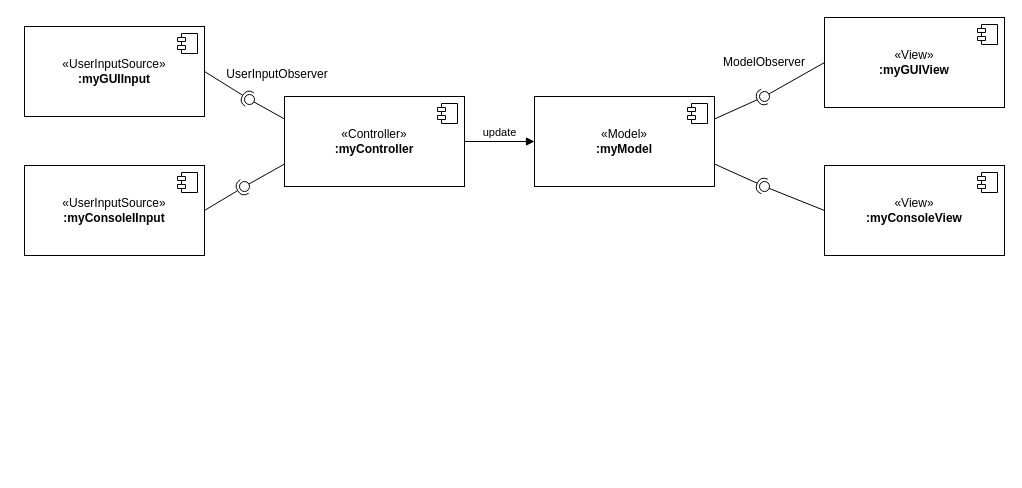
Before: doc/C&C diagram.drawio in sap-2025-2026/lab-activity-01-solutions, a draw.io diagram. Source tidied: cells renumbered, new cells numbered last; positions are measured from the earlier drawing's top-left corner, leaving out a move shared by most shapes. Both pictures are drawn from the tidied source at 100%, with x=0, y=0 at pixel (24, 17).
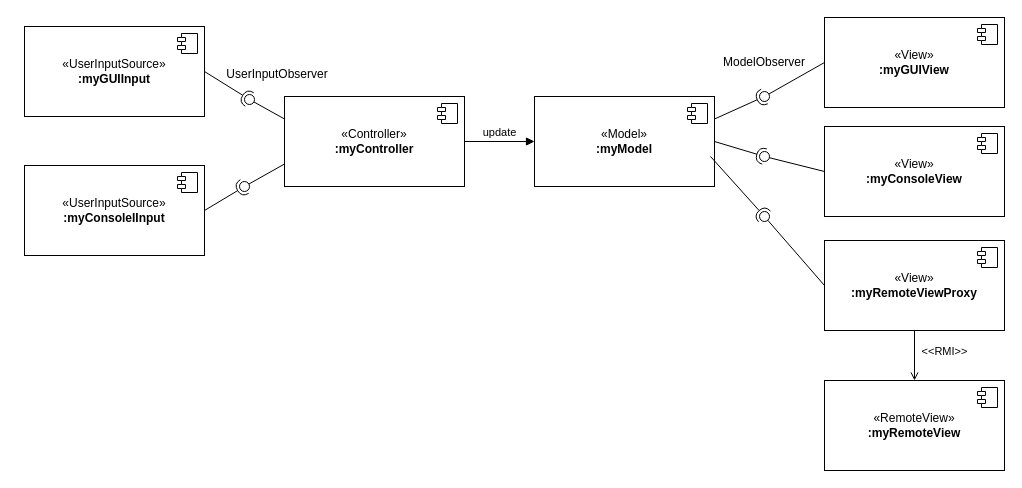
After the change.

Unchanged cells that the change refers to:
```xml
<mxCell id="4" value="«Model»&lt;br&gt;&lt;b&gt;:myModel&lt;/b&gt;" style="html=1;whiteSpace=wrap;" parent="1" vertex="1">
  <mxGeometry x="510" y="79" width="180" height="90" as="geometry" />
</mxCell>
```

Change to the diagram source:
```diff
@@
     <mxCell id="6" value="«View»&lt;br&gt;&lt;b&gt;:myConsoleView&lt;/b&gt;" style="html=1;whiteSpace=wrap;" parent="1" vertex="1">
-      <mxGeometry x="800" y="148" width="180" height="90" as="geometry" />
+      <mxGeometry x="800" y="109" width="180" height="90" as="geometry" />
     </mxCell>
@@
-    <mxCell id="18" style="rounded=0;jettySize=auto;html=1;endArrow=halfCircle;endFill=0;endSize=6;strokeWidth=1;sketch=0;exitX=1;exitY=0.75;exitDx=0;exitDy=0;" parent="1" edge="1" source="4">
+    <mxCell id="18" style="rounded=0;jettySize=auto;html=1;endArrow=halfCircle;endFill=0;endSize=6;strokeWidth=1;sketch=0;exitX=1;exitY=0.5;exitDx=0;exitDy=0;" parent="1" edge="1" source="4">
       <mxGeometry relative="1" as="geometry">
-        <mxPoint x="740" y="169" as="targetPoint" />
+        <mxPoint x="740" y="139" as="targetPoint" />
       </mxGeometry>
     </mxCell>
     <mxCell id="19" style="rounded=0;jettySize=auto;html=1;endArrow=oval;endFill=0;sketch=0;sourcePerimeterSpacing=0;targetPerimeterSpacing=0;endSize=10;exitX=0;exitY=0.5;exitDx=0;exitDy=0;" parent="1" edge="1" source="6">
       <mxGeometry relative="1" as="geometry">
-        <mxPoint x="740" y="169" as="targetPoint" />
+        <mxPoint x="740" y="139" as="targetPoint" />
       </mxGeometry>
     </mxCell>
@@
+    <mxCell id="28" value="«View»&lt;br&gt;&lt;b&gt;:myRemoteViewProxy&lt;/b&gt;" style="html=1;whiteSpace=wrap;" parent="1" vertex="1">
+      <mxGeometry x="800" y="223" width="180" height="90" as="geometry" />
+    </mxCell>
+    <mxCell id="29" style="shape=module;jettyWidth=8;jettyHeight=4;" parent="28" vertex="1">
+      <mxGeometry x="1" width="20" height="20" relative="1" as="geometry">
+        <mxPoint x="-27" y="7" as="offset" />
+      </mxGeometry>
+    </mxCell>
+    <mxCell id="30" value="«RemoteView»&lt;br&gt;&lt;b&gt;:myRemoteView&lt;/b&gt;" style="html=1;whiteSpace=wrap;" parent="1" vertex="1">
+      <mxGeometry x="800" y="363" width="180" height="90" as="geometry" />
+    </mxCell>
+    <mxCell id="31" style="shape=module;jettyWidth=8;jettyHeight=4;" parent="30" vertex="1">
+      <mxGeometry x="1" width="20" height="20" relative="1" as="geometry">
+        <mxPoint x="-27" y="7" as="offset" />
+      </mxGeometry>
+    </mxCell>
+    <mxCell id="32" value="&amp;lt;&amp;lt;RMI&amp;gt;&amp;gt;" style="html=1;verticalAlign=bottom;endArrow=open;curved=0;rounded=0;exitX=0.5;exitY=1;exitDx=0;exitDy=0;entryX=0.5;entryY=0;entryDx=0;entryDy=0;endFill=0;" parent="1" edge="1" source="28" target="30">
+      <mxGeometry x="0.2" y="30" relative="1" as="geometry" />
+    </mxCell>
+    <mxCell id="33" style="rounded=0;jettySize=auto;html=1;endArrow=halfCircle;endFill=0;endSize=6;strokeWidth=1;sketch=0;exitX=0.978;exitY=0.667;exitDx=0;exitDy=0;exitPerimeter=0;" parent="1" edge="1" source="4">
+      <mxGeometry relative="1" as="geometry">
+        <mxPoint x="740" y="199" as="targetPoint" />
+      </mxGeometry>
+    </mxCell>
+    <mxCell id="34" style="rounded=0;jettySize=auto;html=1;endArrow=oval;endFill=0;sketch=0;sourcePerimeterSpacing=0;targetPerimeterSpacing=0;endSize=10;exitX=0;exitY=0.5;exitDx=0;exitDy=0;" parent="1" edge="1" source="28">
+      <mxGeometry relative="1" as="geometry">
+        <mxPoint x="740" y="199" as="targetPoint" />
+      </mxGeometry>
+    </mxCell>
+    <mxCell id="35" style="ellipse;whiteSpace=wrap;html=1;align=center;fillColor=none;strokeColor=none;perimeter=centerPerimeter;" parent="1" vertex="1">
+      <mxGeometry x="945" y="389" width="10" height="10" as="geometry" />
+    </mxCell>
```
